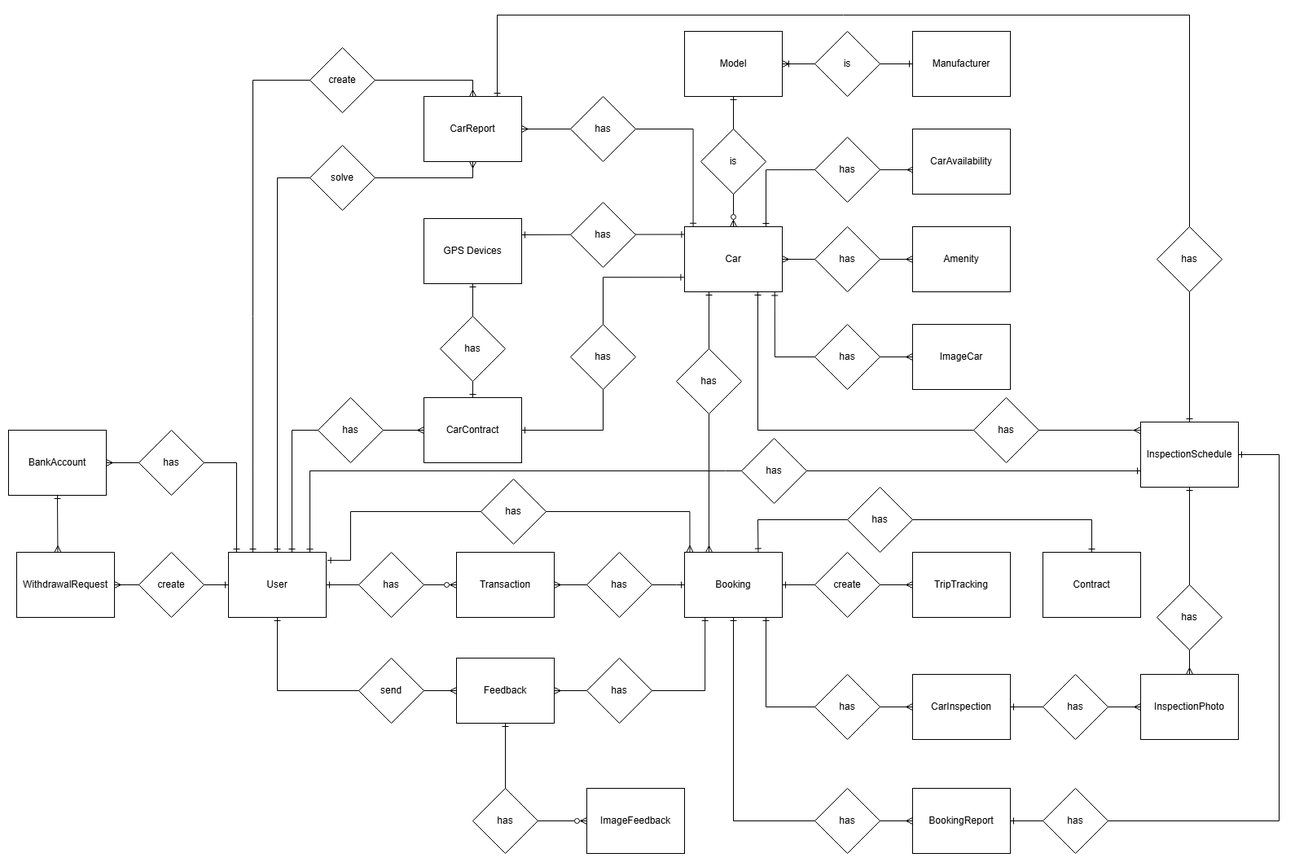
Earlier version of the draw.io export diagrams/ERD/ConceptualDiagrampng.png (PCDACO/PCDACO-BE). Source tidied: cells renumbered, new cells last; positions are measured from the earlier drawing's top-left corner, leaving out a move shared by most shapes.
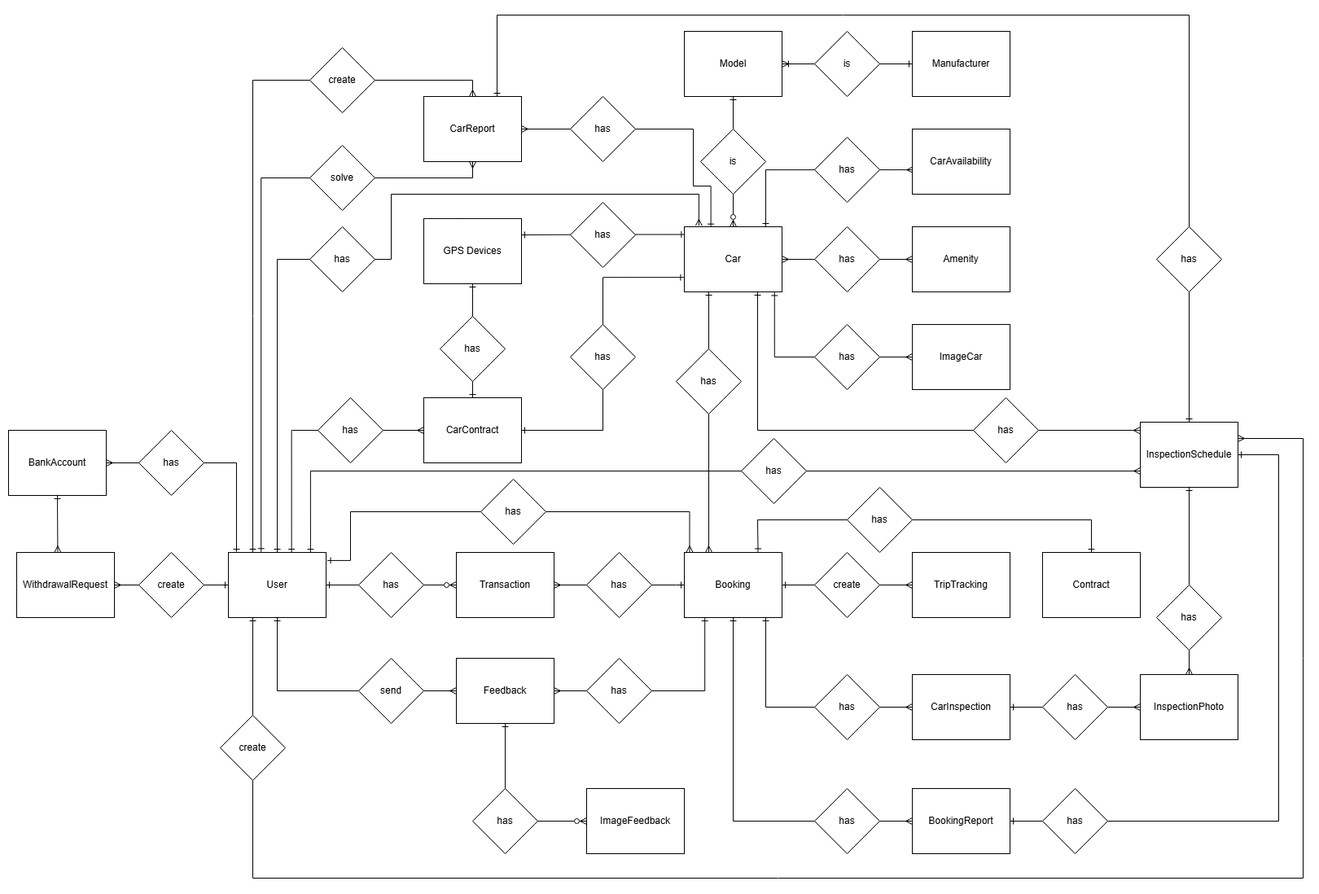
Later version of the same file.

Diff of the diagram source:
```diff
@@ -18,14 +18,33 @@
     <mxCell id="5" style="edgeStyle=orthogonalEdgeStyle;rounded=0;jettySize=auto;html=1;exitX=0.25;exitY=0;exitDx=0;exitDy=0;entryX=0.5;entryY=0;entryDx=0;entryDy=0;startArrow=ERone;startFill=0;endArrow=ERmany;endFill=0;" parent="1" edge="1" source="7" target="82">
       <mxGeometry relative="1" as="geometry" />
     </mxCell>
-    <mxCell id="6" style="edgeStyle=orthogonalEdgeStyle;rounded=0;jettySize=auto;html=1;entryX=0.5;entryY=1;entryDx=0;entryDy=0;startArrow=ERone;startFill=0;endArrow=ERmany;endFill=0;" parent="1" edge="1" source="7" target="82">
+    <mxCell id="6" style="edgeStyle=orthogonalEdgeStyle;rounded=0;jettySize=auto;html=1;entryX=0.5;entryY=1;entryDx=0;entryDy=0;startArrow=ERone;startFill=0;endArrow=ERmany;endFill=0;exitX=0.335;exitY=-0.009;exitDx=0;exitDy=0;exitPerimeter=0;" parent="1" edge="1" source="7" target="82">
       <mxGeometry relative="1" as="geometry">
         <Array as="points">
-          <mxPoint x="330" y="200" />
+          <mxPoint x="310" y="200" />
           <mxPoint x="570" y="200" />
         </Array>
       </mxGeometry>
     </mxCell>
+    <mxCell id="87" style="edgeStyle=orthogonalEdgeStyle;rounded=0;jettySize=auto;html=1;entryX=0.149;entryY=-0.016;entryDx=0;entryDy=0;entryPerimeter=0;startArrow=ERone;startFill=0;endArrow=ERmany;endFill=0;" parent="1" edge="1" source="7" target="38">
+      <mxGeometry relative="1" as="geometry">
+        <Array as="points">
+          <mxPoint x="330" y="300" />
+          <mxPoint x="470" y="300" />
+          <mxPoint x="470" y="220" />
+          <mxPoint x="848" y="220" />
+        </Array>
+      </mxGeometry>
+    </mxCell>
+    <mxCell id="88" style="edgeStyle=orthogonalEdgeStyle;rounded=0;jettySize=auto;html=1;exitX=0.25;exitY=1;exitDx=0;exitDy=0;entryX=1;entryY=0.25;entryDx=0;entryDy=0;startArrow=ERone;startFill=0;endArrow=ERmany;endFill=0;" parent="1" edge="1" source="7" target="64">
+      <mxGeometry relative="1" as="geometry">
+        <Array as="points">
+          <mxPoint x="300" y="1060" />
+          <mxPoint x="1590" y="1060" />
+          <mxPoint x="1590" y="520" />
+        </Array>
+      </mxGeometry>
+    </mxCell>
     <mxCell id="7" value="User" style="rounded=0;whiteSpace=wrap;html=1;" parent="1" vertex="1">
       <mxGeometry x="270" y="660" width="120" height="80" as="geometry" />
     </mxCell>
@@ -172,9 +191,11 @@
         </Array>
       </mxGeometry>
     </mxCell>
-    <mxCell id="37" style="edgeStyle=orthogonalEdgeStyle;rounded=0;jettySize=auto;html=1;exitX=0.088;exitY=-0.003;exitDx=0;exitDy=0;entryX=1;entryY=0.5;entryDx=0;entryDy=0;startArrow=ERone;startFill=0;endArrow=ERmany;endFill=0;exitPerimeter=0;" parent="1" edge="1" source="38" target="82">
+    <mxCell id="37" style="edgeStyle=orthogonalEdgeStyle;rounded=0;jettySize=auto;html=1;exitX=0.272;exitY=0.008;exitDx=0;exitDy=0;entryX=1;entryY=0.5;entryDx=0;entryDy=0;startArrow=ERone;startFill=0;endArrow=ERmany;endFill=0;exitPerimeter=0;" parent="1" edge="1" source="38" target="82">
       <mxGeometry relative="1" as="geometry">
         <Array as="points">
+          <mxPoint x="863" y="210" />
+          <mxPoint x="841" y="210" />
           <mxPoint x="841" y="140" />
         </Array>
       </mxGeometry>
@@ -259,7 +280,7 @@
     <mxCell id="62" value="has" style="rhombus;whiteSpace=wrap;html=1;" parent="1" vertex="1">
       <mxGeometry x="1270" y="810" width="80" height="80" as="geometry" />
     </mxCell>
-    <mxCell id="63" style="edgeStyle=orthogonalEdgeStyle;rounded=0;jettySize=auto;html=1;startArrow=ERone;startFill=0;endArrow=ERone;endFill=0;entryX=0.841;entryY=0.001;entryDx=0;entryDy=0;entryPerimeter=0;" parent="1" edge="1" target="7">
+    <mxCell id="63" style="edgeStyle=orthogonalEdgeStyle;rounded=0;jettySize=auto;html=1;startArrow=ERmany;startFill=0;endArrow=ERone;endFill=0;entryX=0.841;entryY=0.001;entryDx=0;entryDy=0;entryPerimeter=0;" parent="1" edge="1" target="7">
       <mxGeometry relative="1" as="geometry">
         <mxPoint x="1390" y="560" as="sourcePoint" />
         <Array as="points">
@@ -353,5 +374,11 @@
     <mxCell id="86" value="has" style="rhombus;whiteSpace=wrap;html=1;" parent="1" vertex="1">
       <mxGeometry x="1410" y="260" width="80" height="80" as="geometry" />
     </mxCell>
+    <mxCell id="89" value="has" style="rhombus;whiteSpace=wrap;html=1;" parent="1" vertex="1">
+      <mxGeometry x="370" y="260" width="80" height="80" as="geometry" />
+    </mxCell>
+    <mxCell id="90" value="create" style="rhombus;whiteSpace=wrap;html=1;" parent="1" vertex="1">
+      <mxGeometry x="260" y="860" width="80" height="80" as="geometry" />
+    </mxCell>
   </root>
 </mxGraphModel>
```
